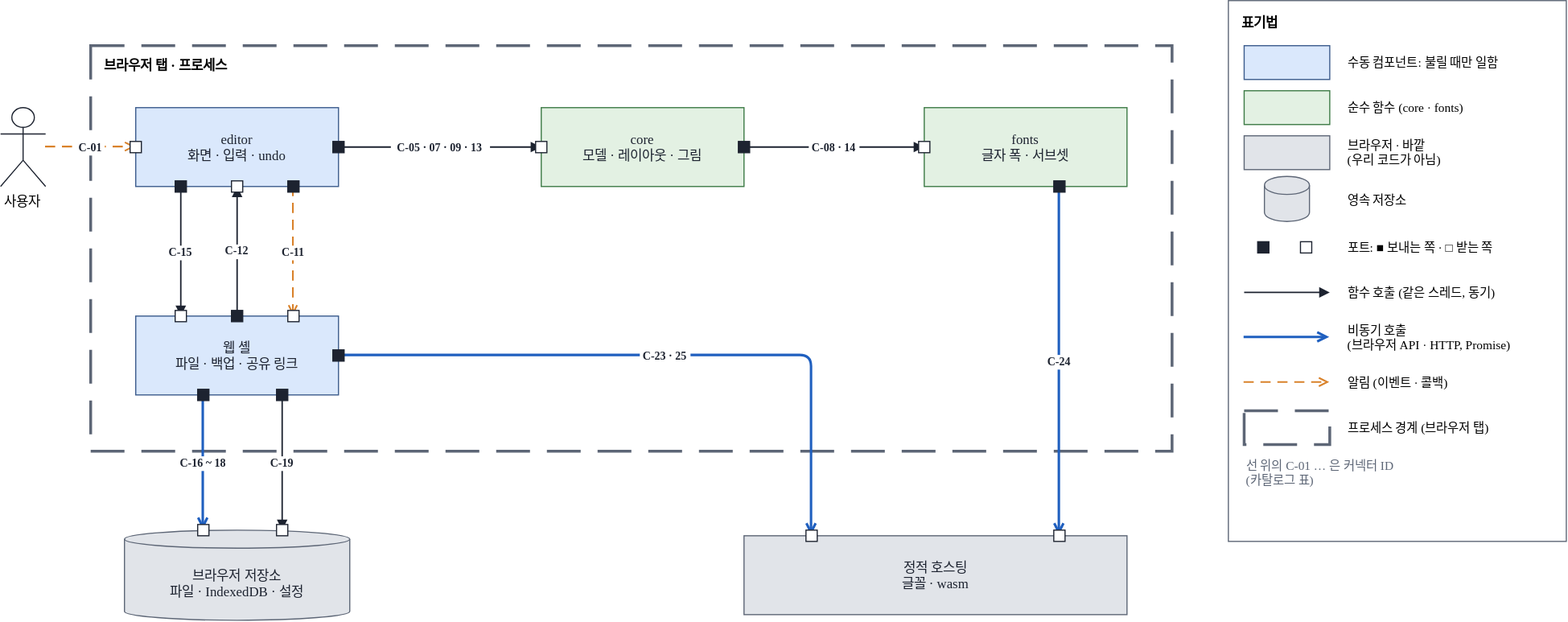
The draw.io diagram docs/03-architecture/assets/cc-view-web-overview.drawio.svg in reddiana/AriadneNSD, before a commit. Source tidied: cells renumbered, new cells last; positions are measured from the earlier drawing's top-left corner, leaving out a move shared by most shapes.
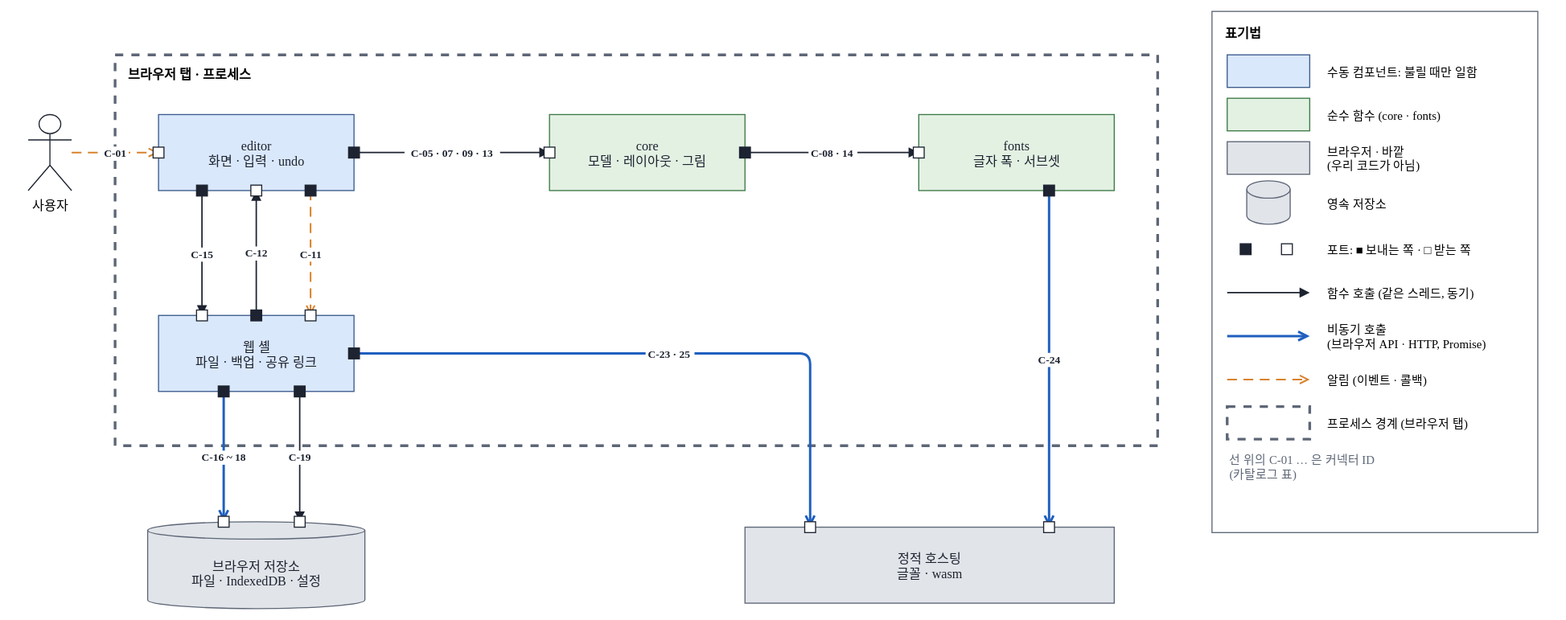
After the change.

Commit message:
docs(architecture): 메인테이너가 draw.io로 C&C 그림을 고침(탭 경계 점선 · 범례 · C-24), 사이트에서 draw.io 그림은 흰 바탕

What changed in the source:
```diff
@@ -2,7 +2,7 @@
   <root>
     <mxCell id="0" />
     <mxCell id="1" parent="0" />
-    <mxCell id="2" value="브라우저 탭 · 프로세스" style="rounded=0;fillColor=none;dashed=1;dashPattern=12 6;strokeWidth=2.5;strokeColor=#5d6676;verticalAlign=top;align=left;spacingLeft=10;spacingTop=4;fontStyle=1;fontFamily=Malgun Gothic;fontSize=12;" parent="1" vertex="1">
+    <mxCell id="2" value="브라우저 탭 · 프로세스" style="rounded=0;fillColor=none;dashed=1;strokeWidth=2.5;strokeColor=#5d6676;verticalAlign=top;align=left;spacingLeft=10;spacingTop=4;fontStyle=1;fontFamily=Malgun Gothic;fontSize=12;" parent="1" vertex="1">
       <mxGeometry x="80" y="40" width="960" height="360" as="geometry" />
     </mxCell>
     <mxCell id="3" value="사용자" style="shape=umlActor;verticalLabelPosition=bottom;verticalAlign=top;html=0;fillColor=#ffffff;strokeColor=#1d2330;fontFamily=Malgun Gothic;fontSize=12;" parent="1" vertex="1">
@@ -191,7 +191,7 @@
     <mxCell id="53" value="알림 (이벤트 · 콜백)" style="text;html=0;align=left;verticalAlign=middle;fontFamily=Malgun Gothic;fontSize=12;fontSize=11;" parent="1" vertex="1">
       <mxGeometry x="1194" y="324" width="186" height="30" as="geometry" />
     </mxCell>
-    <mxCell id="54" style="rounded=0;fillColor=none;dashed=1;dashPattern=12 6;strokeWidth=2.5;strokeColor=#5d6676;" parent="1" vertex="1">
+    <mxCell id="54" style="rounded=0;fillColor=none;dashed=1;strokeWidth=2.5;strokeColor=#5d6676;" parent="1" vertex="1">
       <mxGeometry x="1104" y="364" width="76" height="30" as="geometry" />
     </mxCell>
     <mxCell id="55" value="프로세스 경계 (브라우저 탭)" style="text;html=0;align=left;verticalAlign=middle;fontFamily=Malgun Gothic;fontSize=12;fontSize=11;" parent="1" vertex="1">
```
